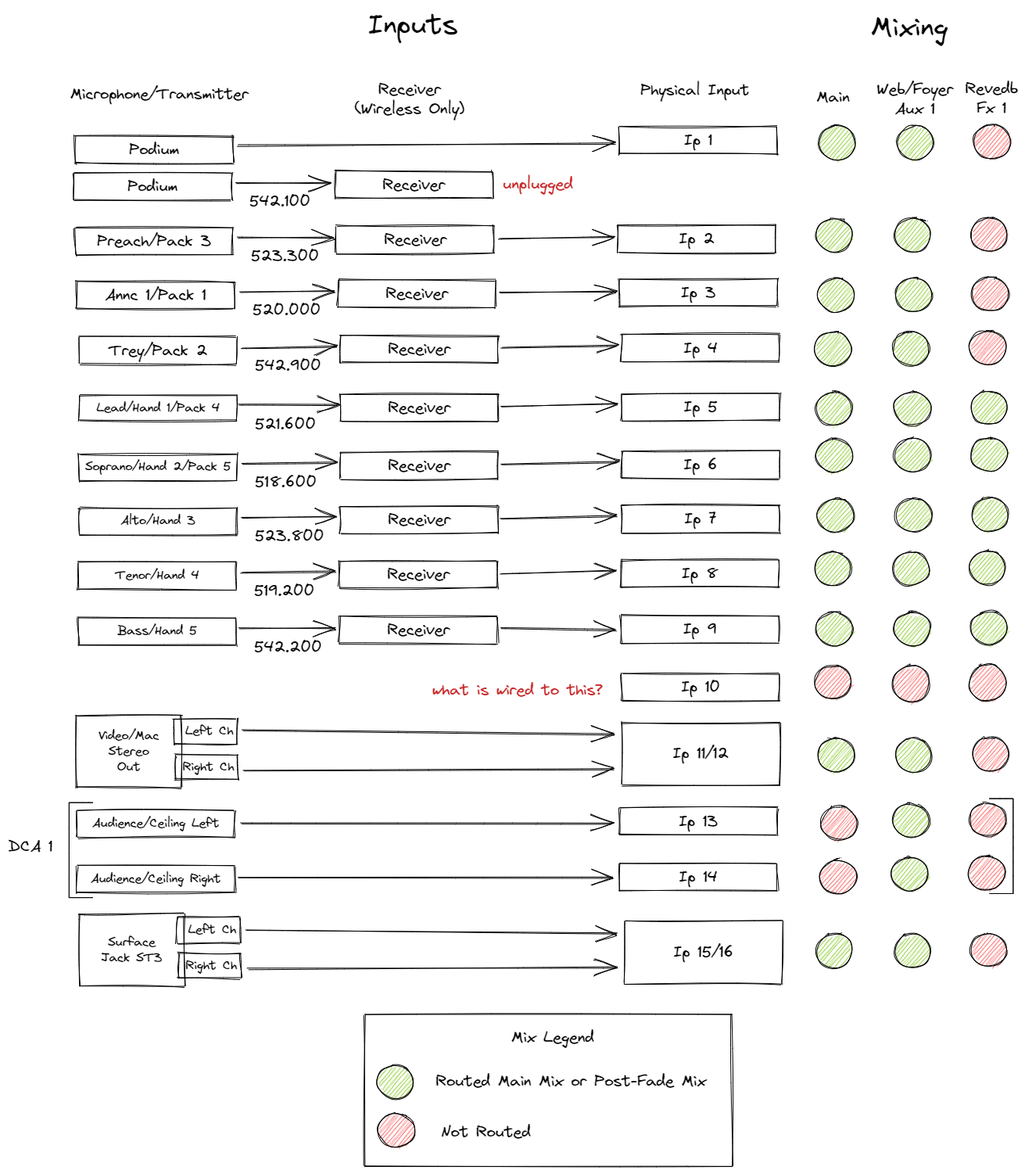
This is img/inputs-and-mixing-draft.excalidraw.png from ckxng/avbooth-docs, a Excalidraw export, as it was before one commit. Source tidied: one line per element, renumbered; positions are measured from the earlier drawing's top-left corner, leaving out a move shared by most shapes.
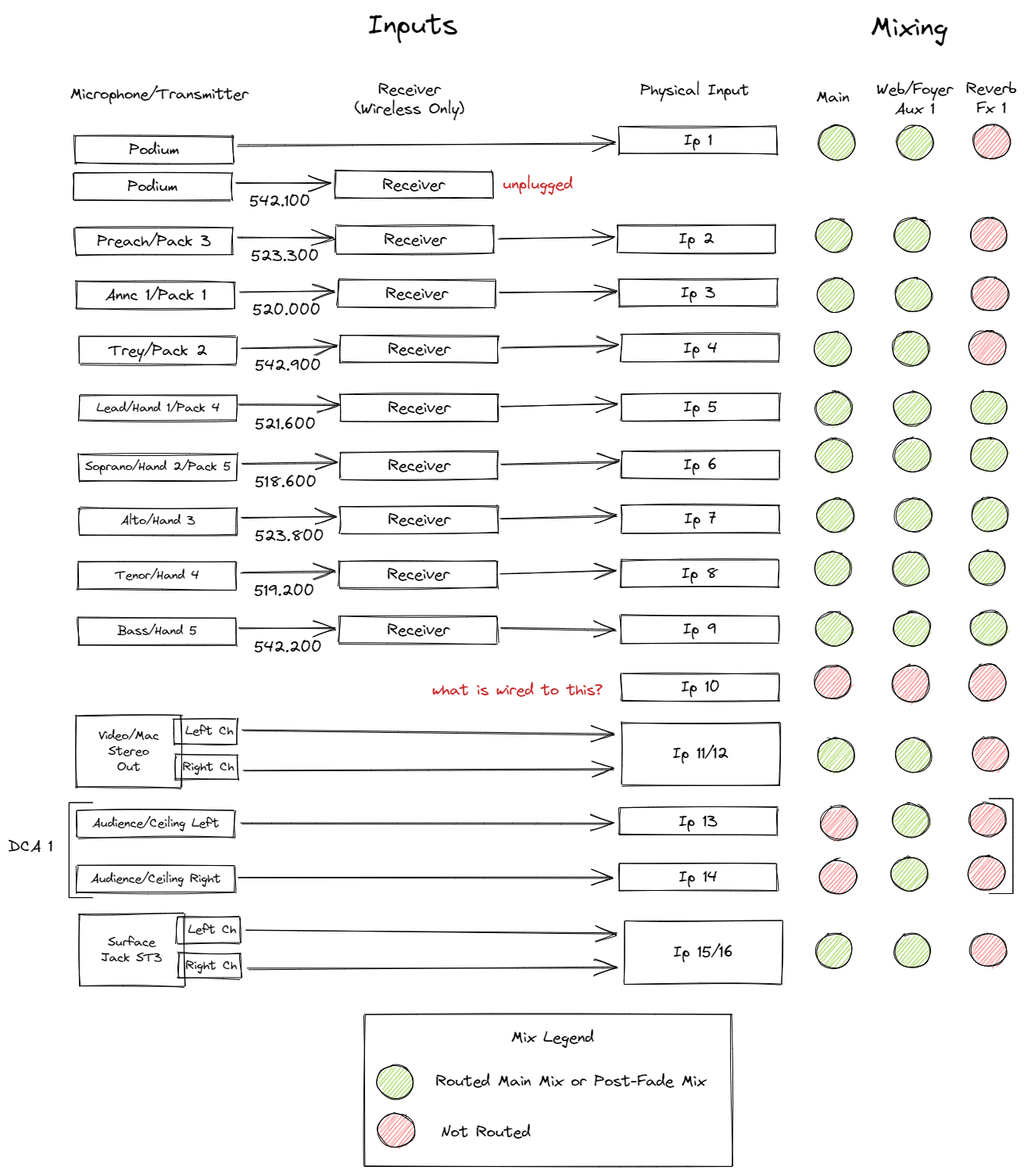
Later version of the same file.

Change to the diagram source:
```diff
@@ -146,7 +146,7 @@
 {"id": 145, "type": "ellipse", "strokeColor": "#000000", "backgroundColor": "#82c91e", "fillStyle": "hachure", "strokeWidth": 1, "roughness": 1, "x": 1130, "y": 1086, "width": 47, "height": 43}
 {"id": 146, "type": "ellipse", "strokeColor": "#000000", "backgroundColor": "#82c91e", "fillStyle": "hachure", "strokeWidth": 1, "roughness": 1, "x": 1034, "y": 1184, "width": 47, "height": 43}
 {"id": 147, "type": "ellipse", "strokeColor": "#000000", "backgroundColor": "#82c91e", "fillStyle": "hachure", "strokeWidth": 1, "roughness": 1, "x": 1134, "y": 1184, "width": 47, "height": 43}
-{"id": 148, "type": "text", "text": "Revedb\nFx 1", "strokeColor": "#000000", "backgroundColor": "#82c91e", "fillStyle": "hachure", "strokeWidth": 1, "roughness": 1, "fontSize": 20, "fontFamily": 1, "textAlign": "center", "x": 1225, "y": 91, "width": 67, "height": 50}
+{"id": 148, "type": "text", "text": "Reverb\nFx 1", "strokeColor": "#000000", "backgroundColor": "#82c91e", "fillStyle": "hachure", "strokeWidth": 1, "roughness": 1, "fontSize": 20, "fontFamily": 1, "textAlign": "center", "x": 1226, "y": 91, "width": 65, "height": 50}
 {"id": 149, "type": "ellipse", "strokeColor": "#000000", "backgroundColor": "#fa5252", "fillStyle": "hachure", "strokeWidth": 1, "roughness": 1, "x": 1235, "y": 150, "width": 47, "height": 43}
 {"id": 150, "type": "ellipse", "strokeColor": "#000000", "backgroundColor": "#fa5252", "fillStyle": "hachure", "strokeWidth": 1, "roughness": 1, "x": 1231, "y": 268, "width": 47, "height": 43}
 {"id": 151, "type": "ellipse", "strokeColor": "#000000", "backgroundColor": "#fa5252", "fillStyle": "hachure", "strokeWidth": 1, "roughness": 1, "x": 1233, "y": 345, "width": 47, "height": 43}
```
